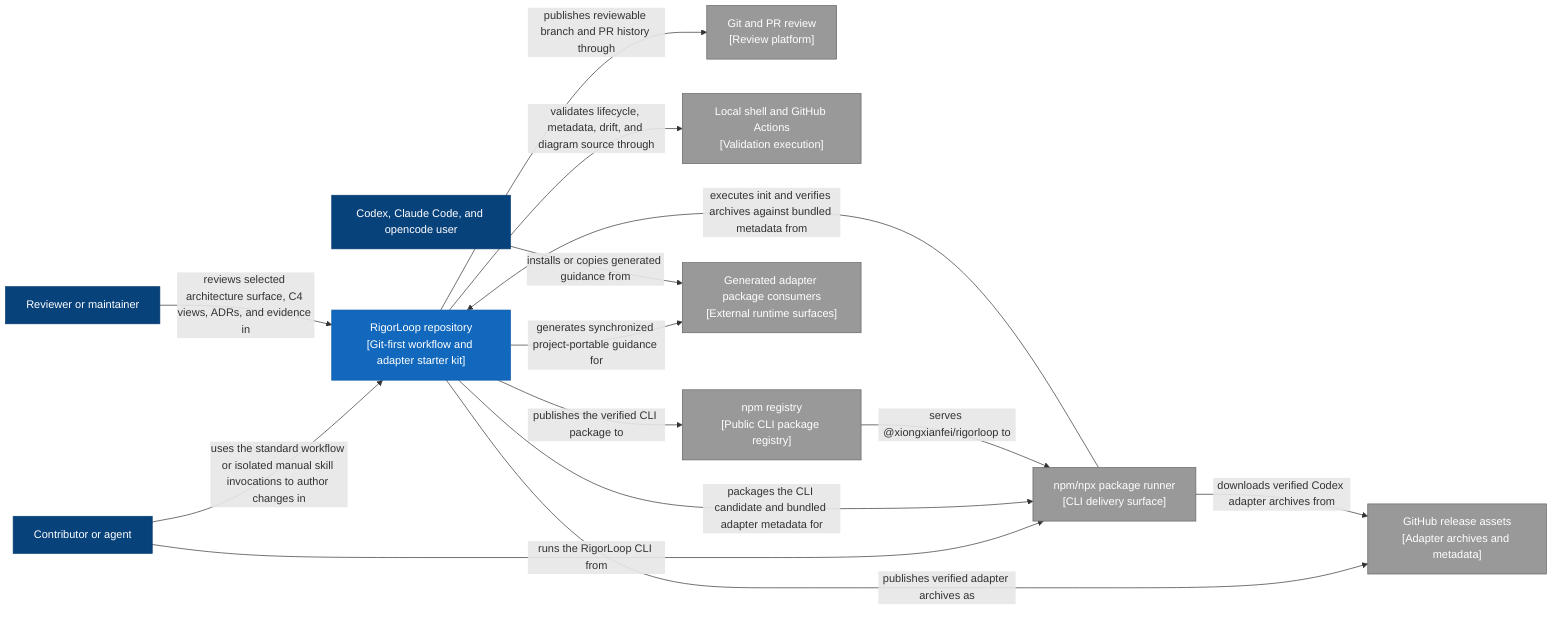
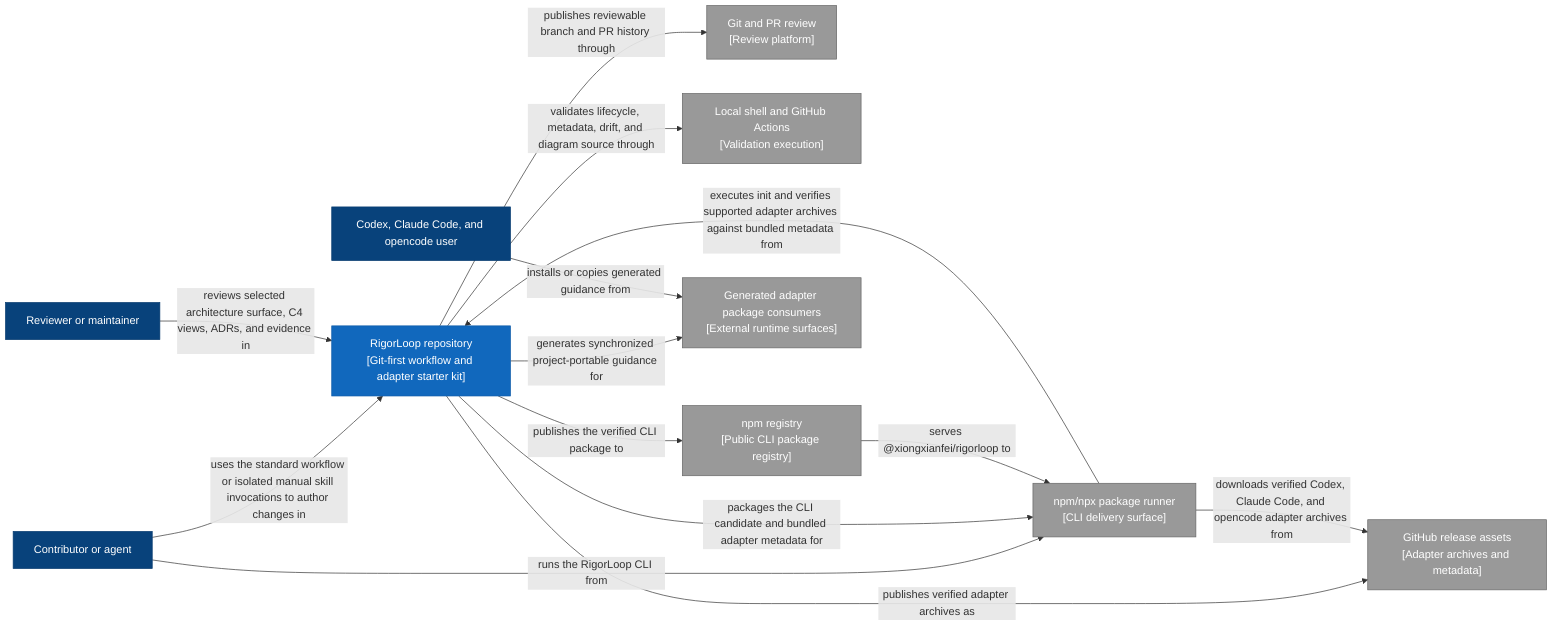
flowchart LR
  contributor["Contributor or agent"]:::person
  reviewer["Reviewer or maintainer"]:::person
  adapter_user["Codex, Claude Code, and opencode user"]:::person
  repo["RigorLoop repository<br/>[Git-first workflow and adapter starter kit]"]:::system
  git["Git and PR review<br/>[Review platform]"]:::external
  execution["Local shell and GitHub Actions<br/>[Validation execution]"]:::external
  package_runner["npm/npx package runner<br/>[CLI delivery surface]"]:::external
  npm_registry["npm registry<br/>[Public CLI package registry]"]:::external
  package_surface["Generated adapter package consumers<br/>[External runtime surfaces]"]:::external
  release_assets["GitHub release assets<br/>[Adapter archives and metadata]"]:::external

  contributor -->|uses the standard workflow or isolated manual skill invocations to author changes in| repo
  contributor -->|runs the RigorLoop CLI from| package_runner
  reviewer -->|reviews selected architecture surface, C4 views, ADRs, and evidence in| repo
  repo -->|publishes reviewable branch and PR history through| git
  repo -->|validates lifecycle, metadata, drift, and diagram source through| execution
  repo -->|packages the CLI candidate and bundled adapter metadata for| package_runner
  repo -->|publishes the verified CLI package to| npm_registry
  npm_registry -->|serves @xiongxianfei/rigorloop to| package_runner
  repo -->|publishes verified adapter archives as| release_assets
  repo -->|generates synchronized project-portable guidance for| package_surface
-   package_runner -->|executes init and verifies archives against bundled metadata from| repo
-   package_runner -->|downloads verified Codex adapter archives from| release_assets
+   package_runner -->|executes init and verifies supported adapter archives against bundled metadata from| repo
+   package_runner -->|downloads verified Codex, Claude Code, and opencode adapter archives from| release_assets
  adapter_user -->|installs or copies generated guidance from| package_surface

  classDef person fill:#08427b,stroke:#073b6f,color:#fff
  classDef system fill:#1168bd,stroke:#0e5aa7,color:#fff
  classDef external fill:#999,stroke:#666,color:#fff
  classDef container fill:#438dd5,stroke:#3c7fc0,color:#fff
